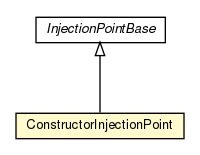
Before: javadocs/main/org/androidtransfuse/model/ConstructorInjectionPoint.png, a diagram exported from Graphviz (johncarl81/transfuse). Its source is kept beside it as javadocs/main/org/androidtransfuse/model/ConstructorInjectionPoint.dot. Source of this version:
```dot

digraph G {
	edge [fontname="Helvetica",fontsize=10,labelfontname="Helvetica",labelfontsize=10];
	node [fontname="Helvetica",fontsize=10,shape=plaintext];
	nodesep=0.25;
	ranksep=0.5;
	c18865 [label=<<table title="org.androidtransfuse.model.ConstructorInjectionPoint" border="0" cellborder="1" cellspacing="0" cellpadding="2" port="p" bgcolor="lemonChiffon" href="./ConstructorInjectionPoint.html">
		<tr><td><table border="0" cellspacing="0" cellpadding="1">
<tr><td align="center" balign="center"> ConstructorInjectionPoint </td></tr>
		</table></td></tr>
		</table>>, fontname="Helvetica", fontcolor="black", fontsize=10.0];
	c18866 [label=<<table title="org.androidtransfuse.model.InjectionPointBase" border="0" cellborder="1" cellspacing="0" cellpadding="2" port="p" href="./InjectionPointBase.html">
		<tr><td><table border="0" cellspacing="0" cellpadding="1">
<tr><td align="center" balign="center"><font face="Helvetica-Oblique"> InjectionPointBase </font></td></tr>
		</table></td></tr>
		</table>>, fontname="Helvetica", fontcolor="black", fontsize=10.0];
	c18866:p -> c18865:p [dir=back,arrowtail=empty];
}
```
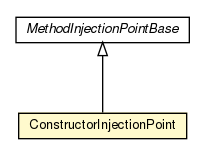
Later version of the same file.

The edit, as a diff of the source:
```diff
@@ -4,15 +4,15 @@
 	node [fontname="Helvetica",fontsize=10,shape=plaintext];
 	nodesep=0.25;
 	ranksep=0.5;
-	c18865 [label=<<table title="org.androidtransfuse.model.ConstructorInjectionPoint" border="0" cellborder="1" cellspacing="0" cellpadding="2" port="p" bgcolor="lemonChiffon" href="./ConstructorInjectionPoint.html">
+	c9696 [label=<<table title="org.androidtransfuse.model.MethodInjectionPointBase" border="0" cellborder="1" cellspacing="0" cellpadding="2" port="p" href="./MethodInjectionPointBase.html">
+		<tr><td><table border="0" cellspacing="0" cellpadding="1">
+<tr><td align="center" balign="center"><font face="Helvetica-Oblique"> MethodInjectionPointBase </font></td></tr>
+		</table></td></tr>
+		</table>>, fontname="Helvetica", fontcolor="black", fontsize=10.0];
+	c9700 [label=<<table title="org.androidtransfuse.model.ConstructorInjectionPoint" border="0" cellborder="1" cellspacing="0" cellpadding="2" port="p" bgcolor="lemonChiffon" href="./ConstructorInjectionPoint.html">
 		<tr><td><table border="0" cellspacing="0" cellpadding="1">
 <tr><td align="center" balign="center"> ConstructorInjectionPoint </td></tr>
 		</table></td></tr>
 		</table>>, fontname="Helvetica", fontcolor="black", fontsize=10.0];
-	c18866 [label=<<table title="org.androidtransfuse.model.InjectionPointBase" border="0" cellborder="1" cellspacing="0" cellpadding="2" port="p" href="./InjectionPointBase.html">
-		<tr><td><table border="0" cellspacing="0" cellpadding="1">
-<tr><td align="center" balign="center"><font face="Helvetica-Oblique"> InjectionPointBase </font></td></tr>
-		</table></td></tr>
-		</table>>, fontname="Helvetica", fontcolor="black", fontsize=10.0];
-	c18866:p -> c18865:p [dir=back,arrowtail=empty];
+	c9696:p -> c9700:p [dir=back,arrowtail=empty];
 }
```
